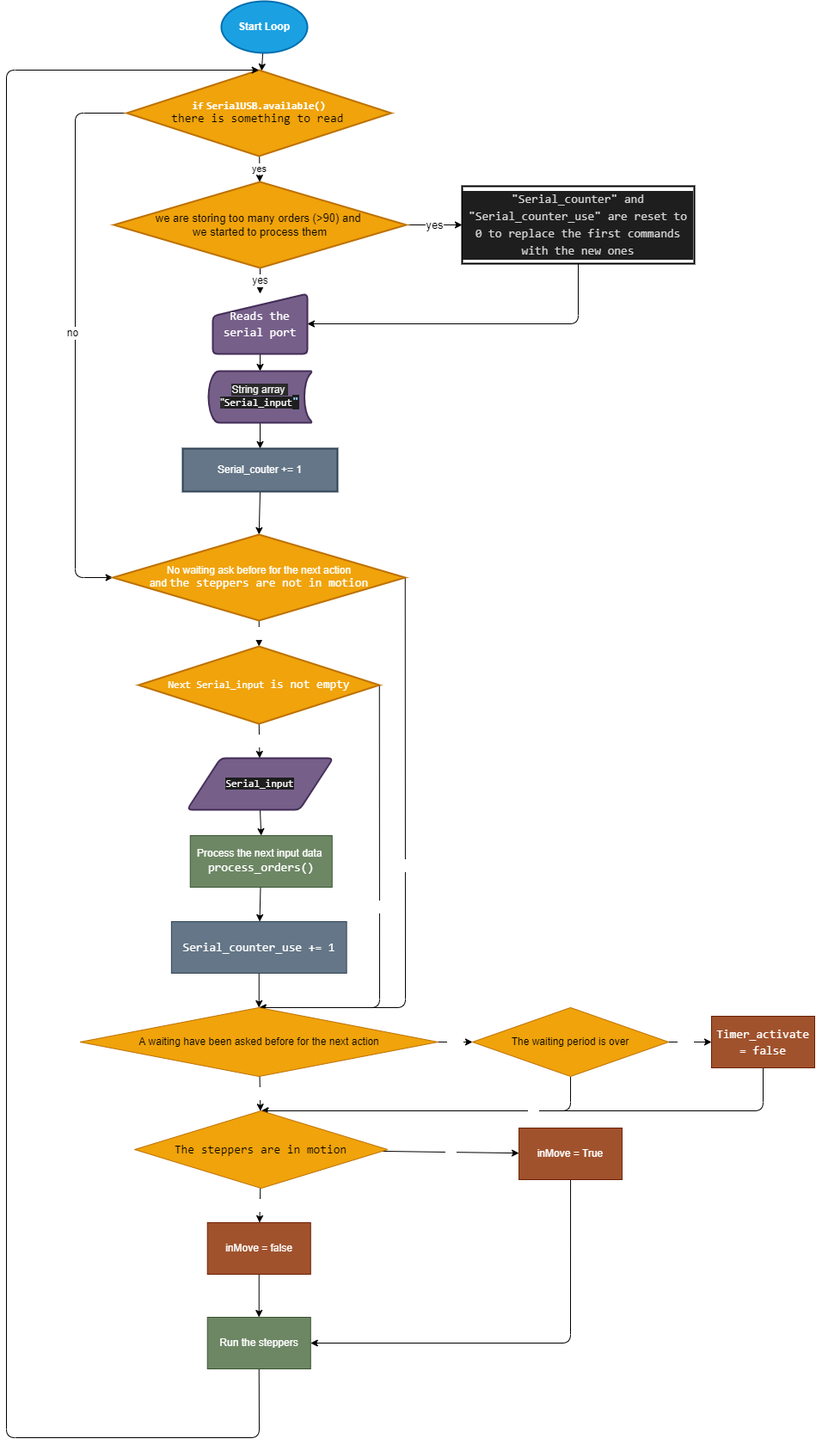
Before: Flow charts/main_loop.png, a diagram exported from draw.io (Thibault-GILLARD/Blue_Robot_2022). Source tidied: cells renumbered, new cells last; positions are measured from the earlier drawing's top-left corner, leaving out a move shared by most shapes.
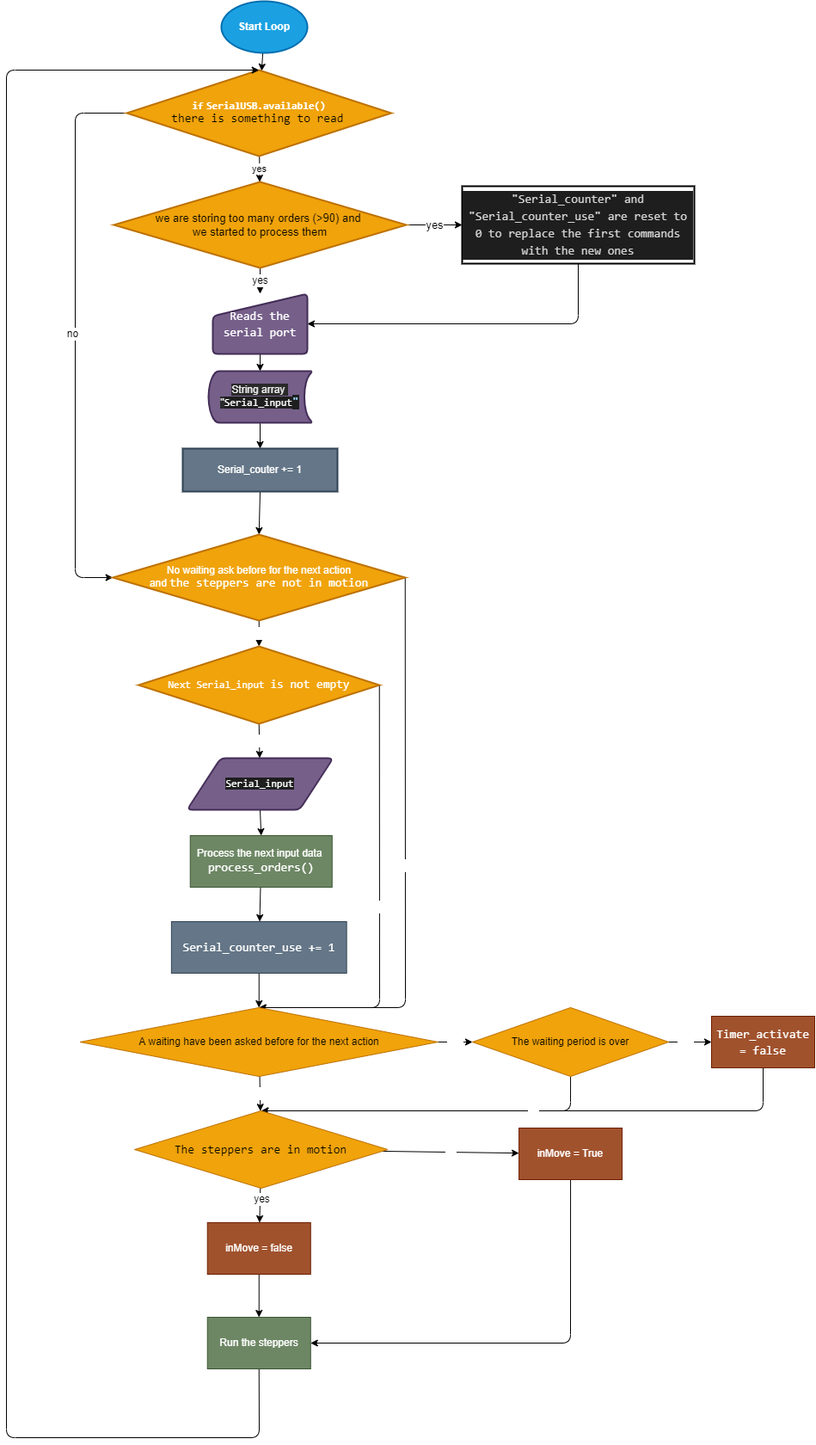
The same diagram one commit later.

Diff of the diagram source:
```diff
@@ -138,9 +138,12 @@
     <mxCell id="38" value="&lt;p style=&quot;font-family: &amp;#34;consolas&amp;#34; , &amp;#34;courier new&amp;#34; , monospace ; font-size: 14px ; line-height: 19px&quot;&gt;Timer_activate = false&lt;/p&gt;" style="whiteSpace=wrap;html=1;fontColor=#ffffff;rounded=0;shadow=0;labelBackgroundColor=none;fillColor=#a0522d;strokeColor=#6D1F00;" parent="1" vertex="1">
       <mxGeometry x="820" y="1180" width="120" height="60" as="geometry" />
     </mxCell>
-    <mxCell id="39" value="yes" style="edgeStyle=none;html=1;fontSize=12;fontColor=#FFFFFF;" parent="1" edge="1" source="41" target="43">
+    <mxCell id="39" style="edgeStyle=none;html=1;fontSize=12;fontColor=#FFFFFF;" parent="1" edge="1" source="41" target="43">
       <mxGeometry relative="1" as="geometry" />
     </mxCell>
+    <mxCell id="48" value="yes" style="edgeLabel;html=1;align=center;verticalAlign=middle;fontSize=12;fontColor=default;" parent="39" vertex="1">
+      <mxGeometry x="-0.35" y="2" relative="1" as="geometry" />
+    </mxCell>
     <mxCell id="40" value="no" style="edgeStyle=none;html=1;fontSize=12;fontColor=#FFFFFF;" parent="1" edge="1" source="41" target="45">
       <mxGeometry relative="1" as="geometry" />
     </mxCell>
```
